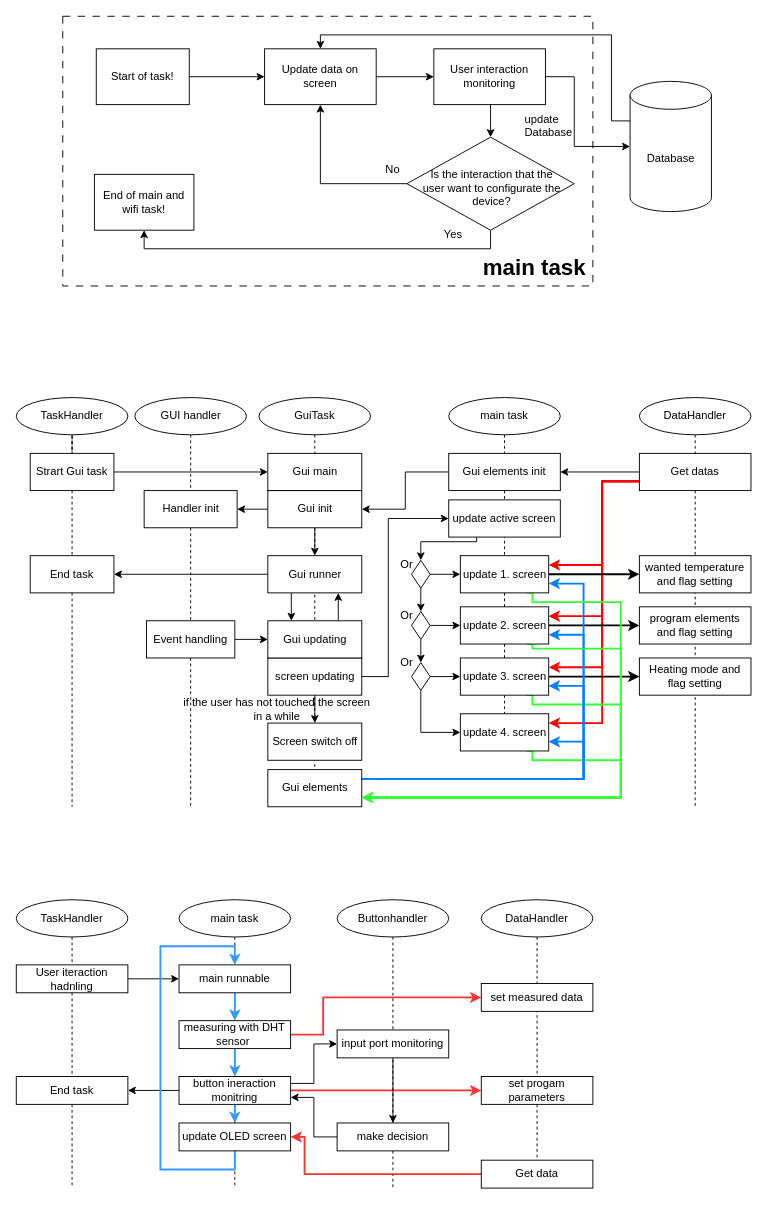
Above: page "main task" (8 of 13) of ESP devices buildup.drawio in LBroKerR/ESP32_Thermostats (draw.io), before the change. Source tidied: cells renumbered, new cells numbered last; positions are measured from the earlier drawing's top-left corner, leaving out a move shared by most shapes. Both pictures are drawn from the tidied source at 93%, with x=0, y=0 at pixel (16, 16).
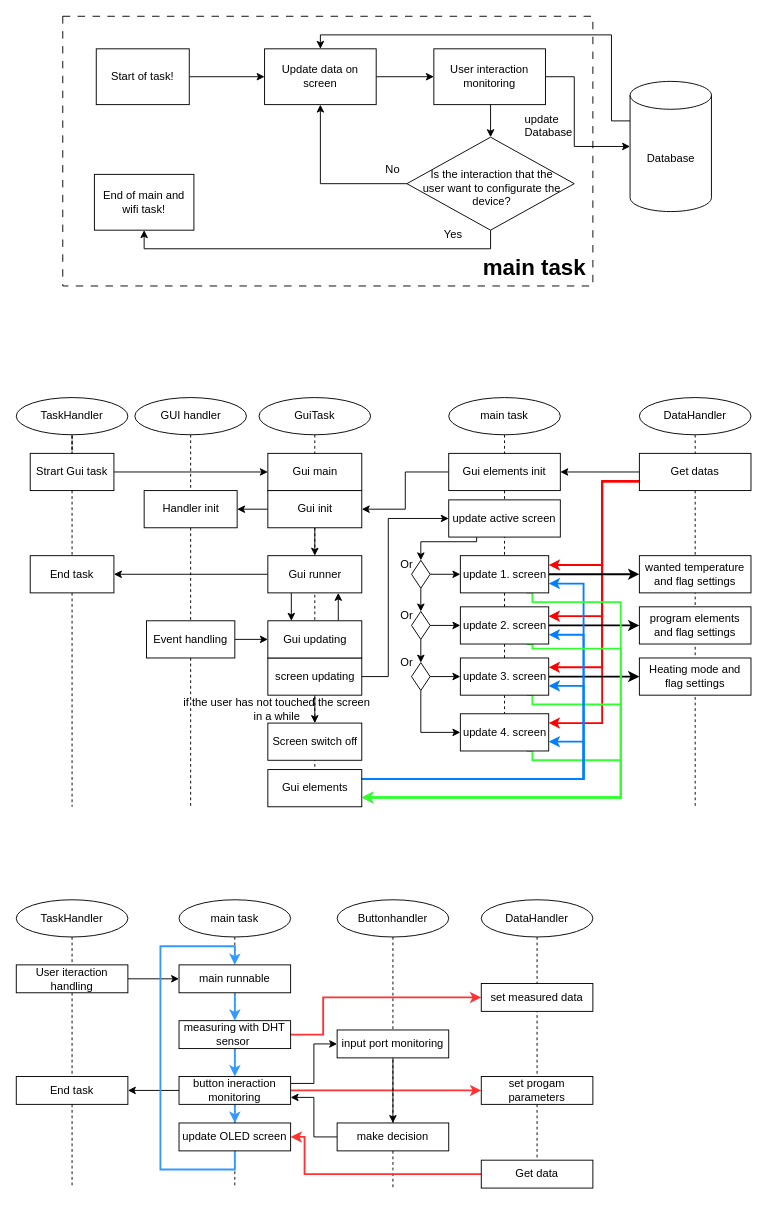
The same diagram, later.

What changed in the source:
```diff
@@
-    <mxCell id="74" value="Heating mode and flag setting" style="rounded=0;whiteSpace=wrap;html=1;" parent="1" vertex="1">
+    <mxCell id="74" value="Heating mode and flag settings" style="rounded=0;whiteSpace=wrap;html=1;" parent="1" vertex="1">
       <mxGeometry x="670" y="690" width="120" height="40" as="geometry" />
     </mxCell>
-    <mxCell id="75" value="program elements and flag setting" style="rounded=0;whiteSpace=wrap;html=1;" parent="1" vertex="1">
+    <mxCell id="75" value="program elements and flag settings" style="rounded=0;whiteSpace=wrap;html=1;" parent="1" vertex="1">
       <mxGeometry x="670" y="635" width="120" height="40" as="geometry" />
     </mxCell>
-    <mxCell id="76" value="wanted temperature and flag setting" style="rounded=0;whiteSpace=wrap;html=1;" parent="1" vertex="1">
+    <mxCell id="76" value="wanted temperature and flag settings" style="rounded=0;whiteSpace=wrap;html=1;" parent="1" vertex="1">
       <mxGeometry x="670" y="580" width="120" height="40" as="geometry" />
     </mxCell>
@@
-    <mxCell id="110" value="User iteraction hadnling" style="rounded=0;whiteSpace=wrap;html=1;" parent="1" vertex="1">
+    <mxCell id="110" value="User iteraction handling" style="rounded=0;whiteSpace=wrap;html=1;" parent="1" vertex="1">
       <mxGeometry y="1020" width="120" height="30" as="geometry" />
     </mxCell>
@@
-    <mxCell id="119" value="button ineraction monitring" style="rounded=0;whiteSpace=wrap;html=1;" parent="1" vertex="1">
+    <mxCell id="119" value="button ineraction monitoring" style="rounded=0;whiteSpace=wrap;html=1;" parent="1" vertex="1">
       <mxGeometry x="175" y="1140" width="120" height="30" as="geometry" />
     </mxCell>
```
